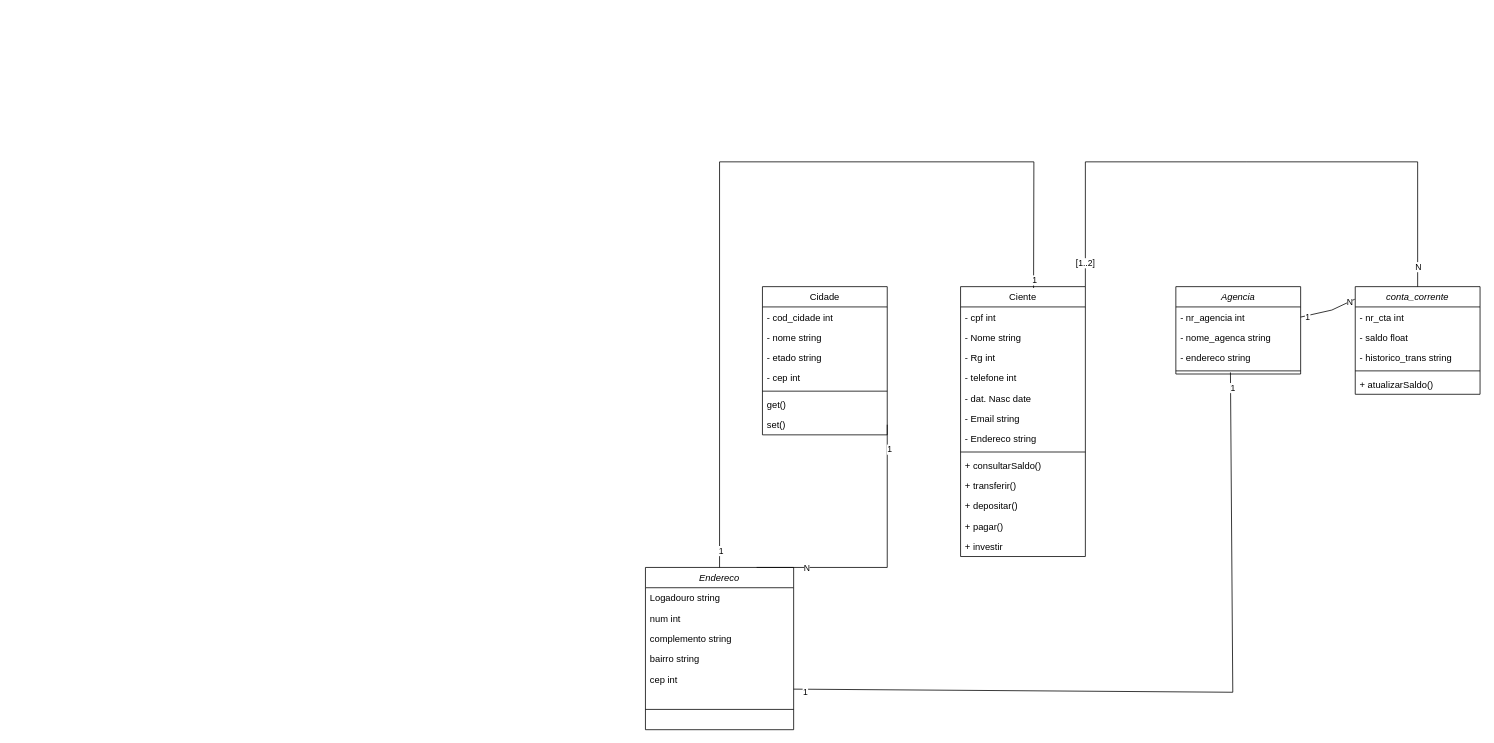
Earlier version of the draw.io diagram aula 01.drawio (gustavojose136/draw). Source tidied: cells renumbered, new cells numbered last; positions are measured from the earlier drawing's top-left corner, leaving out a move shared by most shapes. Both pictures are drawn from the tidied source at 78%, with x=0, y=0 at pixel (645, 161).
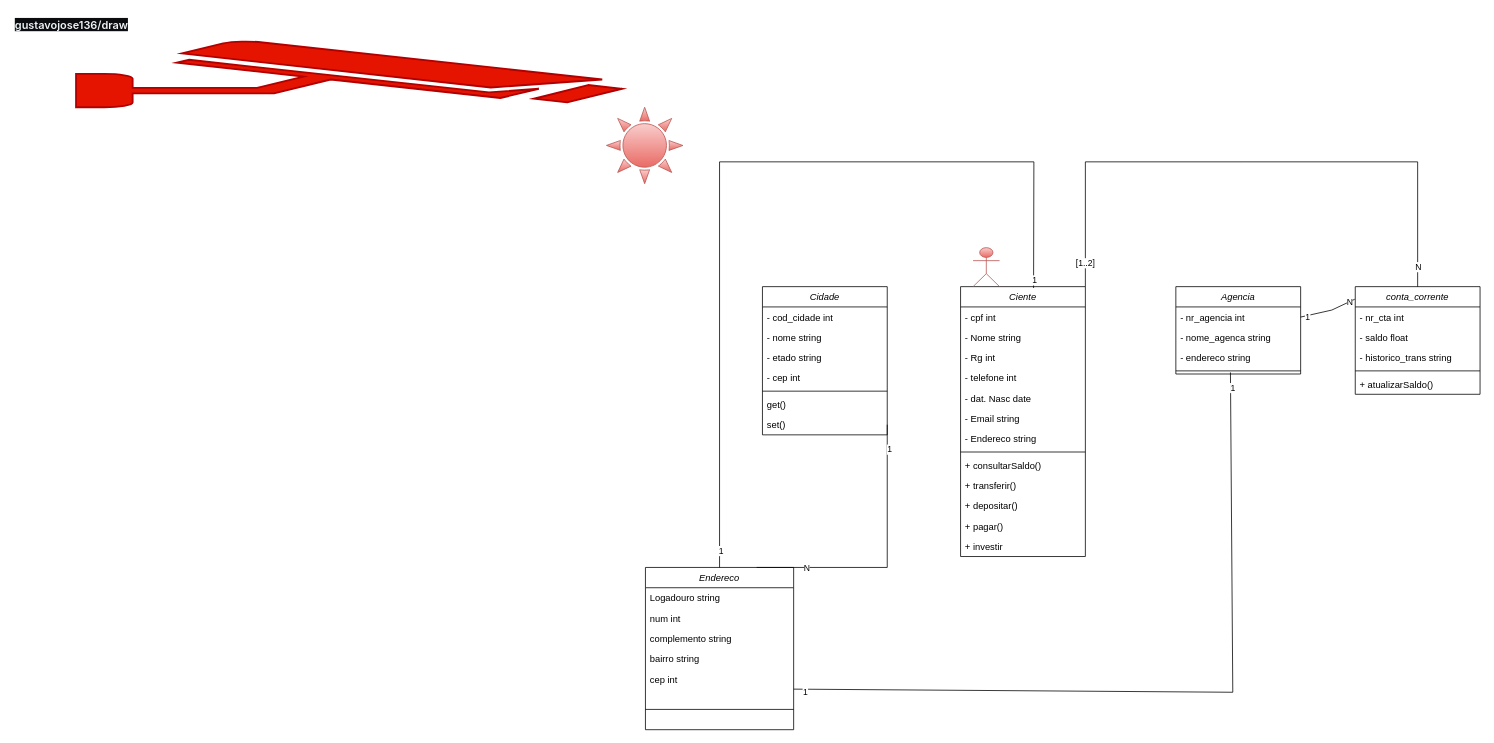
The same page after the edit.

The edit, as a diff of the source:
```diff
@@
-    <mxCell id="2" value="Ciente" style="swimlane;fontStyle=0;align=center;verticalAlign=top;horizontal=1;startSize=26;rounded=0;shadow=0;strokeWidth=1;" parent="1" vertex="1">
+    <mxCell id="2" value="Ciente" style="swimlane;fontStyle=2;align=center;verticalAlign=top;horizontal=1;startSize=26;rounded=0;shadow=0;strokeWidth=1;" parent="1" vertex="1">
       <mxGeometry x="404" y="160" width="160" height="346" as="geometry" />
     </mxCell>
@@
-    <mxCell id="16" value="Cidade" style="swimlane;fontStyle=0;align=center;verticalAlign=top;horizontal=1;startSize=26;rounded=0;shadow=0;strokeWidth=1;" parent="1" vertex="1">
+    <mxCell id="16" value="Cidade" style="swimlane;fontStyle=2;align=center;verticalAlign=top;horizontal=1;startSize=26;rounded=0;shadow=0;strokeWidth=1;" parent="1" vertex="1">
       <mxGeometry x="150" y="160" width="160" height="190" as="geometry" />
     </mxCell>
@@
+    <mxCell id="57" style="shape=umlActor;verticalLabelPosition=bottom;verticalAlign=top;html=1;fillColor=#f8cecc;strokeColor=#b85450;gradientColor=#ea6b66;" parent="1" vertex="1">
+      <mxGeometry x="420" y="110" width="34" height="50" as="geometry" />
+    </mxCell>
+    <mxCell id="58" style="shape=mxgraph.signs.nature.sun_3;html=1;fillColor=#f8cecc;strokeColor=#b85450;verticalLabelPosition=bottom;verticalAlign=top;align=center;sketch=0;gradientColor=#ea6b66;" parent="1" vertex="1">
+      <mxGeometry x="-50" y="-70" width="98" height="98" as="geometry" />
+    </mxCell>
+    <mxCell id="59" style="fontColor=#ffffff;verticalAlign=top;verticalLabelPosition=bottom;labelPosition=center;align=center;html=1;fillColor=#e51400;strokeColor=#B20000;gradientDirection=north;strokeWidth=2;shape=mxgraph.networks.security_camera;" parent="1" vertex="1">
+      <mxGeometry x="-730" y="-155" width="700" height="85" as="geometry" />
+    </mxCell>
+    <mxCell id="60" value="&lt;strong style=&quot;box-sizing: border-box; font-weight: 600; color: rgb(240, 243, 246); font-family: -apple-system, BlinkMacSystemFont, &amp;quot;Segoe UI&amp;quot;, Helvetica, Arial, sans-serif, &amp;quot;Apple Color Emoji&amp;quot;, &amp;quot;Segoe UI Emoji&amp;quot;; font-size: 14px; font-style: normal; font-variant-ligatures: normal; font-variant-caps: normal; letter-spacing: normal; orphans: 2; text-align: left; text-indent: 0px; text-transform: none; widows: 2; word-spacing: 0px; -webkit-text-stroke-width: 0px; background-color: rgb(10, 12, 16); text-decoration-thickness: initial; text-decoration-style: initial; text-decoration-color: initial;&quot;&gt;gustavojose136/draw&lt;/strong&gt;" style="text;whiteSpace=wrap;html=1;" parent="1" vertex="1">
+      <mxGeometry x="-810" y="-190" width="170" height="40" as="geometry" />
+    </mxCell>
```
